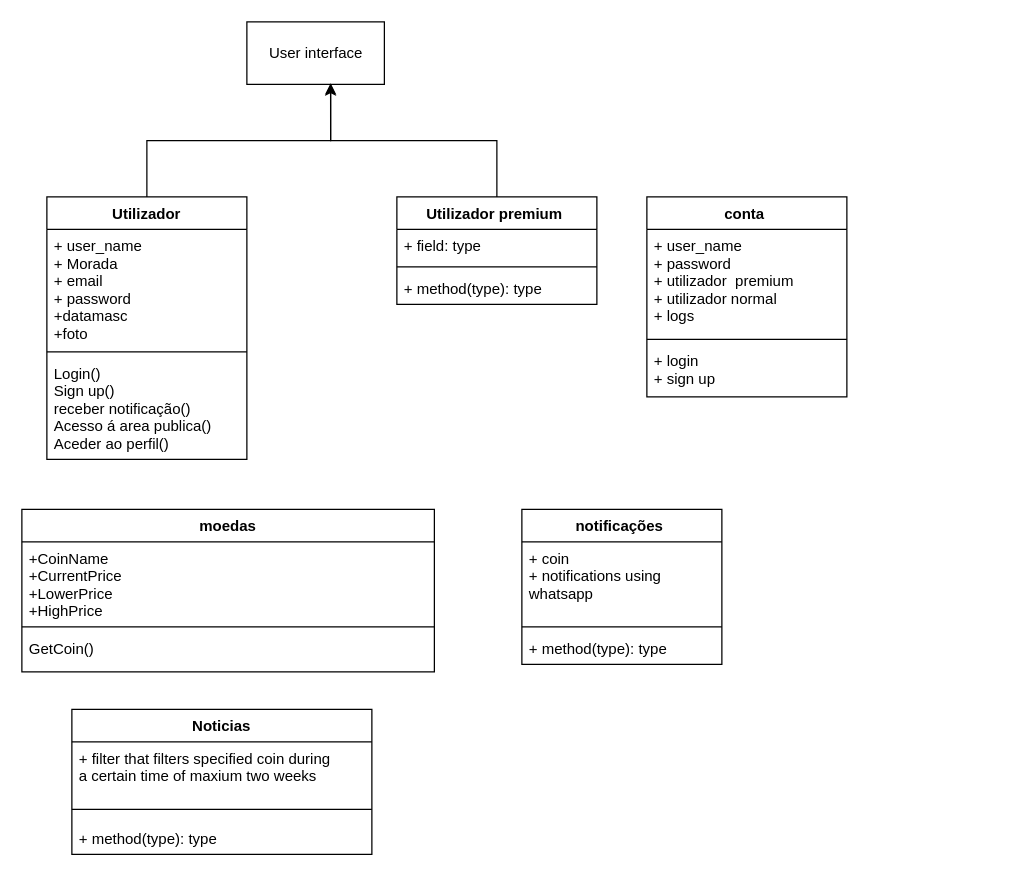
The draw.io diagram Class_Diagram.drawio in bgabrielma/ES_Project, before the edit. Source tidied: cells renumbered, new cells numbered last; positions are measured from the earlier drawing's top-left corner, leaving out a move shared by most shapes. Both pictures are drawn from the tidied source at 125%, with x=0, y=0 at pixel (21, 21).
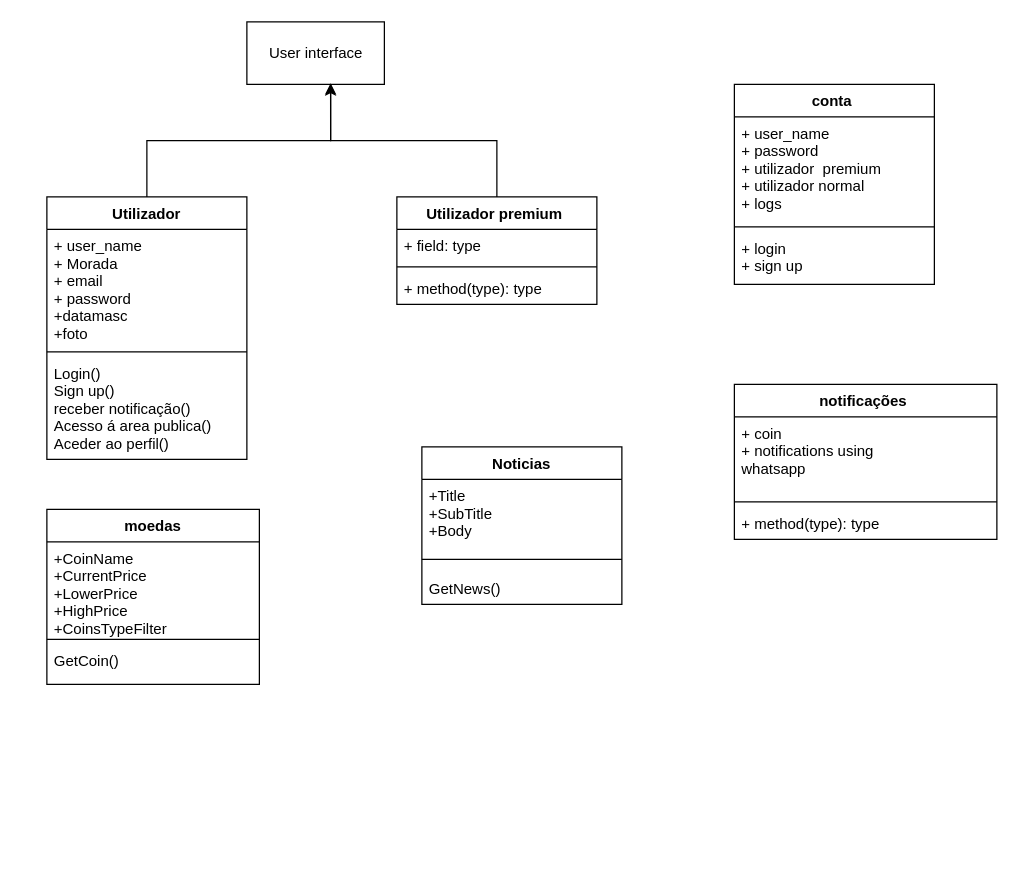
Above is the later version.

Diff of the diagram source:
```diff
@@
     <mxCell id="13" value="moedas" style="swimlane;fontStyle=1;align=center;verticalAlign=top;horizontal=1;startSize=26;" parent="1" vertex="1">
-      <mxGeometry y="390" width="330" height="130" as="geometry" />
+      <mxGeometry x="20" y="390" width="170" height="140" as="geometry" />
     </mxCell>
-    <mxCell id="14" value="+CoinName&#10;+CurrentPrice&#10;+LowerPrice&#10;+HighPrice&#10;" style="text;strokeColor=none;fillColor=none;align=left;verticalAlign=top;spacingLeft=4;spacingRight=4;overflow=hidden;" parent="13" vertex="1">
-      <mxGeometry y="26" width="330" height="64" as="geometry" />
+    <mxCell id="14" value="+CoinName&#10;+CurrentPrice&#10;+LowerPrice&#10;+HighPrice&#10;+CoinsTypeFilter&#10;&#10;" style="text;strokeColor=none;fillColor=none;align=left;verticalAlign=top;spacingLeft=4;spacingRight=4;overflow=hidden;" parent="13" vertex="1">
+      <mxGeometry y="26" width="170" height="74" as="geometry" />
     </mxCell>
     <mxCell id="15" style="line;strokeWidth=1;fillColor=none;align=left;verticalAlign=middle;spacingTop=-1;spacingLeft=3;spacingRight=3;labelPosition=right;strokeColor=inherit;" parent="13" vertex="1">
-      <mxGeometry y="90" width="330" height="8" as="geometry" />
+      <mxGeometry y="100" width="170" height="8" as="geometry" />
     </mxCell>
     <mxCell id="16" value="GetCoin()" style="text;strokeColor=none;fillColor=none;align=left;verticalAlign=top;spacingLeft=4;spacingRight=4;overflow=hidden;" parent="13" vertex="1">
-      <mxGeometry y="98" width="330" height="32" as="geometry" />
+      <mxGeometry y="108" width="170" height="32" as="geometry" />
     </mxCell>
     <mxCell id="17" value="conta " style="swimlane;fontStyle=1;align=center;verticalAlign=top;horizontal=1;startSize=26;" parent="1" vertex="1">
-      <mxGeometry x="500" y="140" width="160" height="160" as="geometry" />
+      <mxGeometry x="570" y="50" width="160" height="160" as="geometry" />
     </mxCell>
@@
     <mxCell id="21" value="notificações " style="swimlane;fontStyle=1;align=center;verticalAlign=top;horizontal=1;startSize=26;" parent="1" vertex="1">
-      <mxGeometry x="400" y="390" width="160" height="124" as="geometry" />
+      <mxGeometry x="570" y="290" width="210" height="124" as="geometry" />
     </mxCell>
     <mxCell id="22" value="+ coin &#10;+ notifications using &#10;whatsapp &#10;" style="text;strokeColor=none;fillColor=none;align=left;verticalAlign=top;spacingLeft=4;spacingRight=4;overflow=hidden;" parent="21" vertex="1">
-      <mxGeometry y="26" width="160" height="64" as="geometry" />
+      <mxGeometry y="26" width="210" height="64" as="geometry" />
     </mxCell>
     <mxCell id="23" style="line;strokeWidth=1;fillColor=none;align=left;verticalAlign=middle;spacingTop=-1;spacingLeft=3;spacingRight=3;labelPosition=right;strokeColor=inherit;" parent="21" vertex="1">
-      <mxGeometry y="90" width="160" height="8" as="geometry" />
+      <mxGeometry y="90" width="210" height="8" as="geometry" />
     </mxCell>
     <mxCell id="24" value="+ method(type): type" style="text;strokeColor=none;fillColor=none;align=left;verticalAlign=top;spacingLeft=4;spacingRight=4;overflow=hidden;" parent="21" vertex="1">
-      <mxGeometry y="98" width="160" height="26" as="geometry" />
+      <mxGeometry y="98" width="210" height="26" as="geometry" />
     </mxCell>
     <mxCell id="25" value="Noticias" style="swimlane;fontStyle=1;align=center;verticalAlign=top;horizontal=1;startSize=26;" parent="1" vertex="1">
-      <mxGeometry x="40" y="550" width="240" height="116" as="geometry" />
+      <mxGeometry x="320" y="340" width="160" height="126" as="geometry" />
     </mxCell>
-    <mxCell id="26" value="+ filter that filters specified coin during&#10;a certain time of maxium two weeks" style="text;strokeColor=none;fillColor=none;align=left;verticalAlign=top;spacingLeft=4;spacingRight=4;overflow=hidden;" parent="25" vertex="1">
-      <mxGeometry y="26" width="240" height="44" as="geometry" />
+    <mxCell id="26" value="+Title&#10;+SubTitle&#10;+Body&#10;" style="text;strokeColor=none;fillColor=none;align=left;verticalAlign=top;spacingLeft=4;spacingRight=4;overflow=hidden;" parent="25" vertex="1">
+      <mxGeometry y="26" width="160" height="54" as="geometry" />
     </mxCell>
     <mxCell id="27" style="line;strokeWidth=1;fillColor=none;align=left;verticalAlign=middle;spacingTop=-1;spacingLeft=3;spacingRight=3;labelPosition=right;strokeColor=inherit;" parent="25" vertex="1">
-      <mxGeometry y="70" width="240" height="20" as="geometry" />
+      <mxGeometry y="80" width="160" height="20" as="geometry" />
     </mxCell>
-    <mxCell id="28" value="+ method(type): type" style="text;strokeColor=none;fillColor=none;align=left;verticalAlign=top;spacingLeft=4;spacingRight=4;overflow=hidden;" parent="25" vertex="1">
-      <mxGeometry y="90" width="240" height="26" as="geometry" />
+    <mxCell id="28" value="GetNews()" style="text;strokeColor=none;fillColor=none;align=left;verticalAlign=top;spacingLeft=4;spacingRight=4;overflow=hidden;" parent="25" vertex="1">
+      <mxGeometry y="100" width="160" height="26" as="geometry" />
     </mxCell>
```
